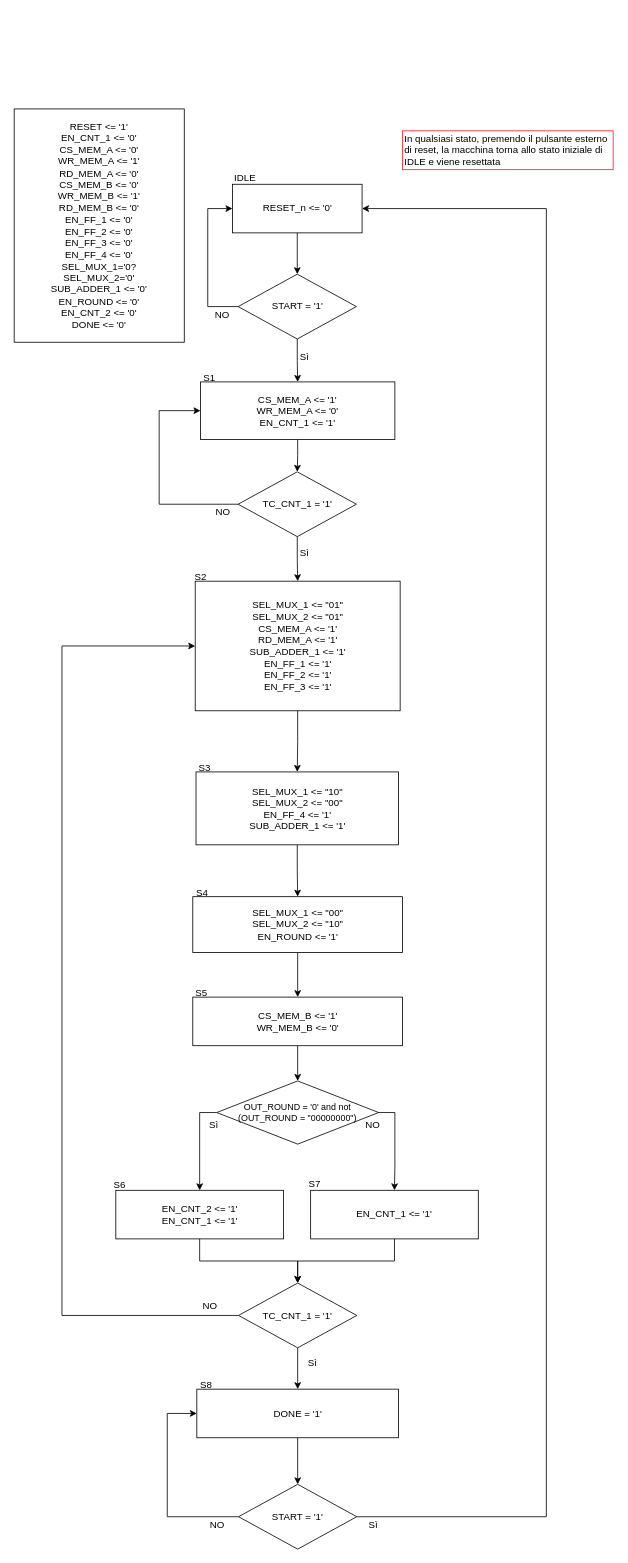
leobel96/Polito-ESD-NeuralNetwork keeps this draw.io diagram as lab6/Control ASM.drawio. Above is the earlier version. Source tidied: cells renumbered, new cells numbered last; positions are measured from the earlier drawing's top-left corner, leaving out a move shared by most shapes. Both pictures are drawn from the tidied source at 81%, with x=0, y=0 at pixel (14, 109).
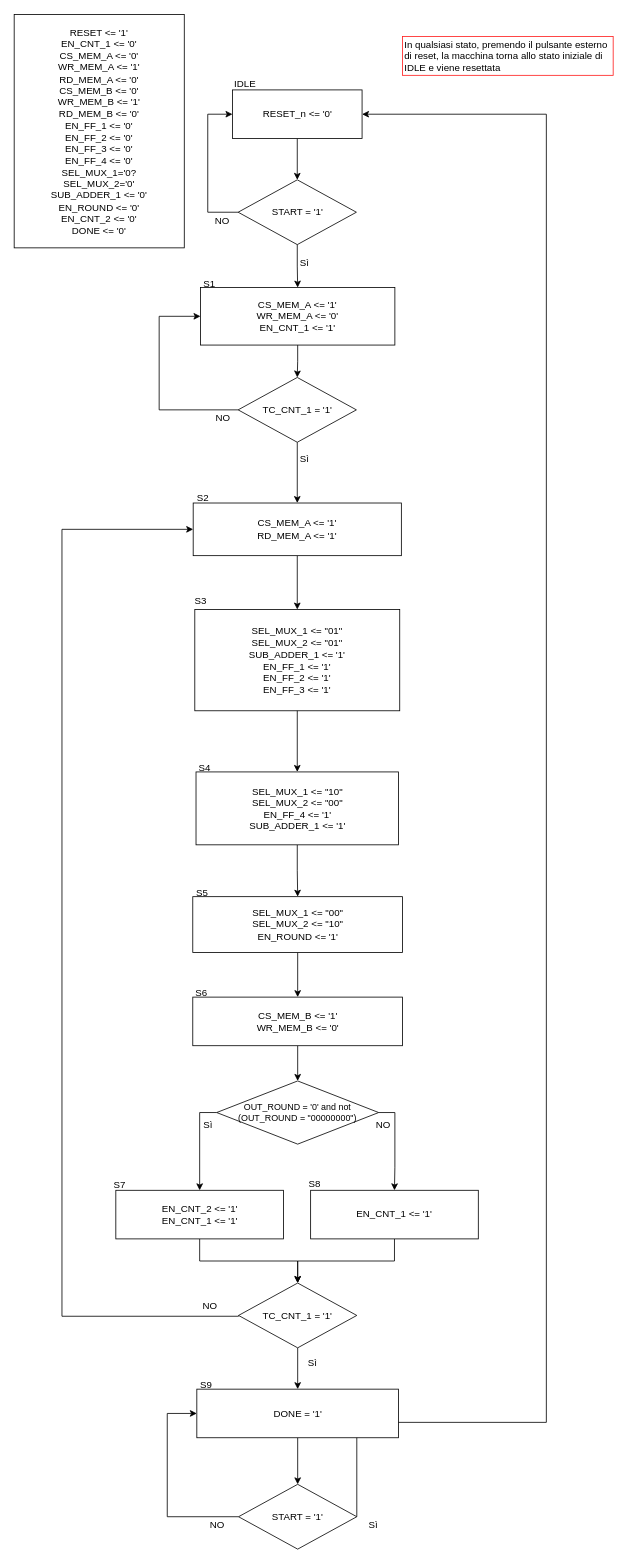
The same diagram, later.

The change refers to these unchanged cells:
```xml
<mxCell id="20" value="TC_CNT_1 = '1'" style="rhombus;whiteSpace=wrap;html=1;" parent="1" vertex="1">
  <mxGeometry x="277" y="1449.5" width="146" height="80" as="geometry" />
</mxCell>
<mxCell id="25" value="DONE = '1'" style="rounded=0;whiteSpace=wrap;html=1;" parent="1" vertex="1">
  <mxGeometry x="225.5" y="1580.5" width="249" height="60" as="geometry" />
</mxCell>
<mxCell id="52" value="START = '1'" style="rhombus;whiteSpace=wrap;html=1;" parent="1" vertex="1">
  <mxGeometry x="277" y="1698" width="146" height="80" as="geometry" />
</mxCell>
```

The edit, as a diff of the source:
```diff
@@
     <mxCell id="3" value="&lt;div&gt;RESET_n &amp;lt;= '0'&lt;/div&gt;" style="rounded=0;whiteSpace=wrap;html=1;" parent="1" vertex="1">
-      <mxGeometry x="269.5" y="93" width="160" height="60" as="geometry" />
+      <mxGeometry x="269.5" y="-23.5" width="160" height="60" as="geometry" />
     </mxCell>
     <mxCell id="4" value="IDLE" style="text;html=1;align=left;verticalAlign=top;spacingTop=-4;" parent="1" vertex="1">
-      <mxGeometry x="269.5" y="76" width="40" height="20" as="geometry" />
+      <mxGeometry x="269.5" y="-40.5" width="40" height="20" as="geometry" />
     </mxCell>
@@
     <mxCell id="6" value="CS_MEM_A &amp;lt;= '1'&lt;div&gt;WR_MEM_A &amp;lt;= '0'&lt;/div&gt;&lt;div&gt;EN_CNT_1 &amp;lt;= '1'&lt;/div&gt;" style="rounded=0;whiteSpace=wrap;html=1;" parent="1" vertex="1">
-      <mxGeometry x="230" y="337" width="240" height="71" as="geometry" />
+      <mxGeometry x="230" y="220.5" width="240" height="71" as="geometry" />
     </mxCell>
     <mxCell id="7" value="S1" style="text;html=1;align=left;verticalAlign=top;spacingTop=-4;" parent="1" vertex="1">
-      <mxGeometry x="232" y="322" width="30" height="20" as="geometry" />
+      <mxGeometry x="232" y="205.5" width="30" height="20" as="geometry" />
     </mxCell>
     <mxCell id="8" style="edgeStyle=orthogonalEdgeStyle;rounded=0;jettySize=auto;html=1;exitX=0;exitY=0.5;exitDx=0;exitDy=0;entryX=0;entryY=0.5;entryDx=0;entryDy=0;" parent="1" edge="1" source="10" target="6">
       <mxGeometry relative="1" as="geometry">
         <Array as="points">
-          <mxPoint x="179" y="488" />
-          <mxPoint x="179" y="373" />
+          <mxPoint x="179" y="371.5" />
+          <mxPoint x="179" y="256.5" />
         </Array>
       </mxGeometry>
     </mxCell>
-    <mxCell id="9" style="edgeStyle=orthogonalEdgeStyle;rounded=0;jettySize=auto;html=1;exitX=0.5;exitY=1;exitDx=0;exitDy=0;entryX=0.5;entryY=0;entryDx=0;entryDy=0;" parent="1" edge="1" source="10" target="12">
-      <mxGeometry relative="1" as="geometry" />
-    </mxCell>
+    <mxCell id="56" style="edgeStyle=orthogonalEdgeStyle;rounded=0;jettySize=auto;html=1;exitX=0.5;exitY=1;exitDx=0;exitDy=0;entryX=0.5;entryY=0;entryDx=0;entryDy=0;" parent="1" edge="1" source="10" target="58">
+      <mxGeometry relative="1" as="geometry" />
+    </mxCell>
     <mxCell id="10" value="TC_CNT_1 = '1'" style="rhombus;whiteSpace=wrap;html=1;" parent="1" vertex="1">
-      <mxGeometry x="276.5" y="448" width="146" height="80" as="geometry" />
+      <mxGeometry x="276.5" y="331.5" width="146" height="80" as="geometry" />
     </mxCell>
     <mxCell id="11" value="NO" style="text;html=1;align=left;verticalAlign=top;spacingTop=-4;" parent="1" vertex="1">
-      <mxGeometry x="246.5" y="488" width="30" height="20" as="geometry" />
+      <mxGeometry x="246.5" y="371.5" width="30" height="20" as="geometry" />
     </mxCell>
-    <mxCell id="12" value="&lt;div&gt;SEL_MUX_1 &amp;lt;= &quot;01&quot;&lt;/div&gt;&lt;div&gt;SEL_MUX_2 &amp;lt;= &quot;01&quot;&lt;br&gt;&lt;/div&gt;&lt;div&gt;&lt;div&gt;CS_MEM_A &amp;lt;= '1'&lt;/div&gt;&lt;div&gt;RD_MEM_A &amp;lt;= '1'&lt;/div&gt;&lt;div&gt;SUB_ADDER_1 &amp;lt;= '1'&lt;br&gt;&lt;/div&gt;&lt;div&gt;&lt;div&gt;&lt;div&gt;&lt;div&gt;&lt;div&gt;&lt;div&gt;EN_FF_1 &amp;lt;= '1'&lt;/div&gt;&lt;/div&gt;EN_FF_2 &amp;lt;= '1'&lt;/div&gt;&lt;/div&gt;&lt;/div&gt;&lt;div&gt;EN_FF_3 &amp;lt;= '1'&lt;/div&gt;&lt;/div&gt;&lt;/div&gt;" style="rounded=0;whiteSpace=wrap;html=1;" parent="1" vertex="1">
-      <mxGeometry x="223.5" y="583" width="253" height="160" as="geometry" />
+    <mxCell id="12" value="&lt;div&gt;SEL_MUX_1 &amp;lt;= &quot;01&quot;&lt;/div&gt;&lt;div&gt;SEL_MUX_2 &amp;lt;= &quot;01&quot;&lt;br&gt;&lt;div&gt;SUB_ADDER_1 &amp;lt;= '1'&lt;br&gt;&lt;/div&gt;&lt;div&gt;&lt;div&gt;&lt;div&gt;&lt;div&gt;&lt;div&gt;&lt;div&gt;EN_FF_1 &amp;lt;= '1'&lt;/div&gt;&lt;/div&gt;EN_FF_2 &amp;lt;= '1'&lt;/div&gt;&lt;/div&gt;&lt;/div&gt;&lt;div&gt;EN_FF_3 &amp;lt;= '1'&lt;/div&gt;&lt;/div&gt;&lt;/div&gt;" style="rounded=0;whiteSpace=wrap;html=1;" parent="1" vertex="1">
+      <mxGeometry x="223" y="618" width="253" height="125" as="geometry" />
     </mxCell>
@@
     <mxCell id="17" value="Sì" style="text;html=1;align=left;verticalAlign=top;spacingTop=-4;" parent="1" vertex="1">
-      <mxGeometry x="350.5" y="538.5" width="30" height="20" as="geometry" />
+      <mxGeometry x="350.5" y="422" width="30" height="20" as="geometry" />
     </mxCell>
-    <mxCell id="18" style="edgeStyle=orthogonalEdgeStyle;rounded=0;jettySize=auto;html=1;exitX=0;exitY=0.5;exitDx=0;exitDy=0;entryX=0;entryY=0.5;entryDx=0;entryDy=0;" parent="1" edge="1" source="20" target="12">
+    <mxCell id="18" style="edgeStyle=orthogonalEdgeStyle;rounded=0;jettySize=auto;html=1;exitX=0;exitY=0.5;exitDx=0;exitDy=0;entryX=0;entryY=0.5;entryDx=0;entryDy=0;" parent="1" edge="1" source="20" target="58">
       <mxGeometry relative="1" as="geometry">
         <Array as="points">
-          <mxPoint x="59" y="1490" />
-          <mxPoint x="59" y="663" />
+          <mxPoint x="277" y="1490.5" />
+          <mxPoint x="59" y="1490.5" />
+          <mxPoint x="59" y="519.5" />
         </Array>
       </mxGeometry>
     </mxCell>
@@
     <mxCell id="23" style="edgeStyle=orthogonalEdgeStyle;rounded=0;jettySize=auto;html=1;exitX=1;exitY=0.5;exitDx=0;exitDy=0;entryX=1;entryY=0.5;entryDx=0;entryDy=0;" parent="1" edge="1" source="52" target="3">
       <mxGeometry relative="1" as="geometry">
         <Array as="points">
-          <mxPoint x="657" y="1738" />
-          <mxPoint x="657" y="123" />
+          <mxPoint x="657" y="1621.5" />
+          <mxPoint x="657" y="6.5" />
         </Array>
       </mxGeometry>
     </mxCell>
@@
     <mxCell id="27" style="edgeStyle=orthogonalEdgeStyle;rounded=0;jettySize=auto;html=1;exitX=0;exitY=0.5;exitDx=0;exitDy=0;entryX=0;entryY=0.5;entryDx=0;entryDy=0;" parent="1" edge="1" source="28" target="3">
       <mxGeometry relative="1" as="geometry">
         <Array as="points">
-          <mxPoint x="239" y="244" />
-          <mxPoint x="239" y="123" />
+          <mxPoint x="239" y="127.5" />
+          <mxPoint x="239" y="6.5" />
         </Array>
       </mxGeometry>
     </mxCell>
     <mxCell id="28" value="START = '1'" style="rhombus;whiteSpace=wrap;html=1;" parent="1" vertex="1">
-      <mxGeometry x="276.5" y="204" width="146" height="80" as="geometry" />
+      <mxGeometry x="276.5" y="87.5" width="146" height="80" as="geometry" />
     </mxCell>
     <mxCell id="29" value="NO" style="text;html=1;align=left;verticalAlign=top;spacingTop=-4;" parent="1" vertex="1">
-      <mxGeometry x="246" y="245" width="30" height="20" as="geometry" />
+      <mxGeometry x="246" y="128.5" width="30" height="20" as="geometry" />
     </mxCell>
     <mxCell id="30" value="Sì" style="text;html=1;align=left;verticalAlign=top;spacingTop=-4;" parent="1" vertex="1">
-      <mxGeometry x="350.5" y="297" width="30" height="20" as="geometry" />
+      <mxGeometry x="350.5" y="180.5" width="30" height="20" as="geometry" />
     </mxCell>
-    <mxCell id="31" value="S2" style="text;html=1;align=left;verticalAlign=top;spacingTop=-4;" parent="1" vertex="1">
-      <mxGeometry x="221" y="568" width="30" height="20" as="geometry" />
+    <mxCell id="31" value="S3" style="text;html=1;align=left;verticalAlign=top;spacingTop=-4;" parent="1" vertex="1">
+      <mxGeometry x="221" y="598" width="30" height="20" as="geometry" />
     </mxCell>
-    <mxCell id="32" value="S3" style="text;html=1;align=left;verticalAlign=top;spacingTop=-4;" parent="1" vertex="1">
+    <mxCell id="32" value="S4" style="text;html=1;align=left;verticalAlign=top;spacingTop=-4;" parent="1" vertex="1">
       <mxGeometry x="226" y="803.5" width="30" height="20" as="geometry" />
     </mxCell>
-    <mxCell id="33" value="S4" style="text;html=1;align=left;verticalAlign=top;spacingTop=-4;" parent="1" vertex="1">
+    <mxCell id="33" value="S5" style="text;html=1;align=left;verticalAlign=top;spacingTop=-4;" parent="1" vertex="1">
       <mxGeometry x="222.5" y="957.5" width="30" height="20" as="geometry" />
     </mxCell>
@@
     <mxCell id="39" value="Sì" style="text;html=1;align=left;verticalAlign=top;spacingTop=-4;" parent="1" vertex="1">
-      <mxGeometry x="238.5" y="1243.5" width="30" height="20" as="geometry" />
+      <mxGeometry x="231.5" y="1243.5" width="30" height="20" as="geometry" />
     </mxCell>
     <mxCell id="40" value="NO" style="text;html=1;align=left;verticalAlign=top;spacingTop=-4;" parent="1" vertex="1">
-      <mxGeometry x="431.5" y="1243.5" width="30" height="20" as="geometry" />
+      <mxGeometry x="444.5" y="1243.5" width="30" height="20" as="geometry" />
     </mxCell>
-    <mxCell id="41" value="S6" style="text;html=1;align=left;verticalAlign=top;spacingTop=-4;" parent="1" vertex="1">
+    <mxCell id="41" value="S7" style="text;html=1;align=left;verticalAlign=top;spacingTop=-4;" parent="1" vertex="1">
       <mxGeometry x="121" y="1319" width="30" height="20" as="geometry" />
     </mxCell>
-    <mxCell id="42" value="S8" style="text;html=1;align=left;verticalAlign=top;spacingTop=-4;" parent="1" vertex="1">
+    <mxCell id="42" value="S9" style="text;html=1;align=left;verticalAlign=top;spacingTop=-4;" parent="1" vertex="1">
       <mxGeometry x="227.5" y="1564.5" width="30" height="20" as="geometry" />
     </mxCell>
@@
-    <mxCell id="45" value="S5" style="text;html=1;align=left;verticalAlign=top;spacingTop=-4;" parent="1" vertex="1">
+    <mxCell id="45" value="S6" style="text;html=1;align=left;verticalAlign=top;spacingTop=-4;" parent="1" vertex="1">
       <mxGeometry x="221.5" y="1081.5" width="30" height="20" as="geometry" />
     </mxCell>
     <mxCell id="46" value="&lt;div&gt;RESET &amp;lt;= '1'&lt;/div&gt;&lt;div&gt;EN_CNT_1 &amp;lt;= '0'&lt;/div&gt;&lt;div&gt;CS_MEM_A &amp;lt;= '0'&lt;/div&gt;&lt;div&gt;WR_MEM_A &amp;lt;= '1'&lt;/div&gt;&lt;div&gt;RD_MEM_A &amp;lt;= '0'&lt;br&gt;&lt;/div&gt;&lt;div&gt;CS_MEM_B &amp;lt;= '0'&lt;br&gt;&lt;div&gt;WR_MEM_B &amp;lt;= '1'&lt;/div&gt;&lt;div&gt;RD_MEM_B &amp;lt;= '0'&lt;/div&gt;&lt;div&gt;&lt;div&gt;&lt;div&gt;EN_FF_1 &amp;lt;= '0'&lt;/div&gt;&lt;/div&gt;&lt;div&gt;EN_FF_2 &amp;lt;= '0'&lt;/div&gt;&lt;/div&gt;&lt;div&gt;EN_FF_3 &amp;lt;= '0'&lt;/div&gt;&lt;div&gt;EN_FF_4 &amp;lt;= '0'&lt;br&gt;&lt;/div&gt;&lt;div&gt;SEL_MUX_1='0?&lt;/div&gt;&lt;div&gt;SEL_MUX_2='0'&lt;/div&gt;&lt;div&gt;SUB_ADDER_1 &amp;lt;= '0'&lt;/div&gt;&lt;/div&gt;&lt;div&gt;EN_ROUND &amp;lt;= '0'&lt;br&gt;&lt;/div&gt;&lt;div&gt;EN_CNT_2 &amp;lt;= '0'&lt;br&gt;&lt;/div&gt;&lt;div&gt;DONE &amp;lt;= '0'&lt;/div&gt;" style="rounded=0;whiteSpace=wrap;html=1;" parent="1" vertex="1">
-      <mxGeometry width="210" height="288" as="geometry" />
+      <mxGeometry y="-116.5" width="210" height="288" as="geometry" />
     </mxCell>
@@
-    <mxCell id="50" value="S7" style="text;html=1;align=left;verticalAlign=top;spacingTop=-4;" parent="1" vertex="1">
+    <mxCell id="50" value="S8" style="text;html=1;align=left;verticalAlign=top;spacingTop=-4;" parent="1" vertex="1">
       <mxGeometry x="362" y="1318" width="30" height="20" as="geometry" />
     </mxCell>
     <mxCell id="51" style="edgeStyle=orthogonalEdgeStyle;rounded=0;jettySize=auto;html=1;exitX=0;exitY=0.5;exitDx=0;exitDy=0;entryX=0;entryY=0.5;entryDx=0;entryDy=0;" parent="1" edge="1" source="52" target="25">
       <mxGeometry relative="1" as="geometry">
         <Array as="points">
-          <mxPoint x="189" y="1738" />
-          <mxPoint x="189" y="1611" />
+          <mxPoint x="189" y="1738.5" />
+          <mxPoint x="189" y="1610.5" />
         </Array>
       </mxGeometry>
     </mxCell>
@@
     <mxCell id="55" value="&lt;div&gt;In qualsiasi stato, premendo il pulsante esterno &lt;br&gt;&lt;/div&gt;&lt;div&gt;di reset, la macchina torna allo stato iniziale di&lt;/div&gt;&lt;div&gt;IDLE e viene resettata&lt;br&gt;&lt;/div&gt;" style="text;html=1;align=left;verticalAlign=top;spacingTop=-4;strokeColor=#FF1C1C;" parent="1" vertex="1">
-      <mxGeometry x="479.5" y="27" width="260" height="48" as="geometry" />
+      <mxGeometry x="479.5" y="-89.5" width="260" height="48" as="geometry" />
     </mxCell>
+    <mxCell id="57" style="edgeStyle=orthogonalEdgeStyle;rounded=0;jettySize=auto;html=1;exitX=0.5;exitY=1;exitDx=0;exitDy=0;entryX=0.5;entryY=0;entryDx=0;entryDy=0;" parent="1" edge="1" source="58" target="12">
+      <mxGeometry relative="1" as="geometry" />
+    </mxCell>
+    <mxCell id="58" value="&lt;div&gt;CS_MEM_A &amp;lt;= '1'&lt;/div&gt;&lt;div&gt;RD_MEM_A &amp;lt;= '1'&lt;/div&gt;" style="rounded=0;whiteSpace=wrap;html=1;" parent="1" vertex="1">
+      <mxGeometry x="221" y="486.5" width="257" height="65" as="geometry" />
+    </mxCell>
+    <mxCell id="59" value="S2" style="text;html=1;align=left;verticalAlign=top;spacingTop=-4;" parent="1" vertex="1">
+      <mxGeometry x="224" y="470.5" width="30" height="20" as="geometry" />
+    </mxCell>
```
